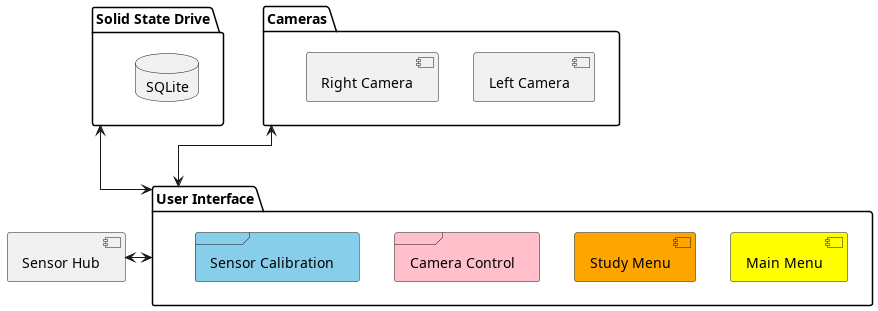
The PlantUML diagram Progress_Report_Presentation/Main_Document/Figures/system_architecture.png in fabiomatos999/M.O.S.I.S, before a commit.
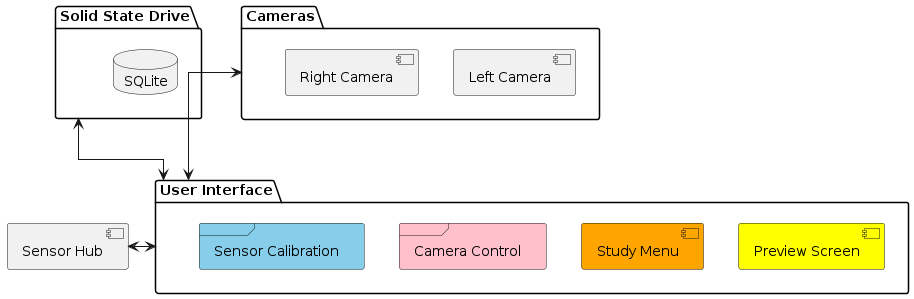
Later version of the same file.

The edit, as a diff of the source:
```diff
@@ -5,7 +5,7 @@
 }
 }
 package "User Interface" {
-	[Main Menu] #Yellow
+	[Preview Screen] #Yellow
 	[Study Menu] #Orange
 	frame "Camera Control" #Pink {
 		}
```
